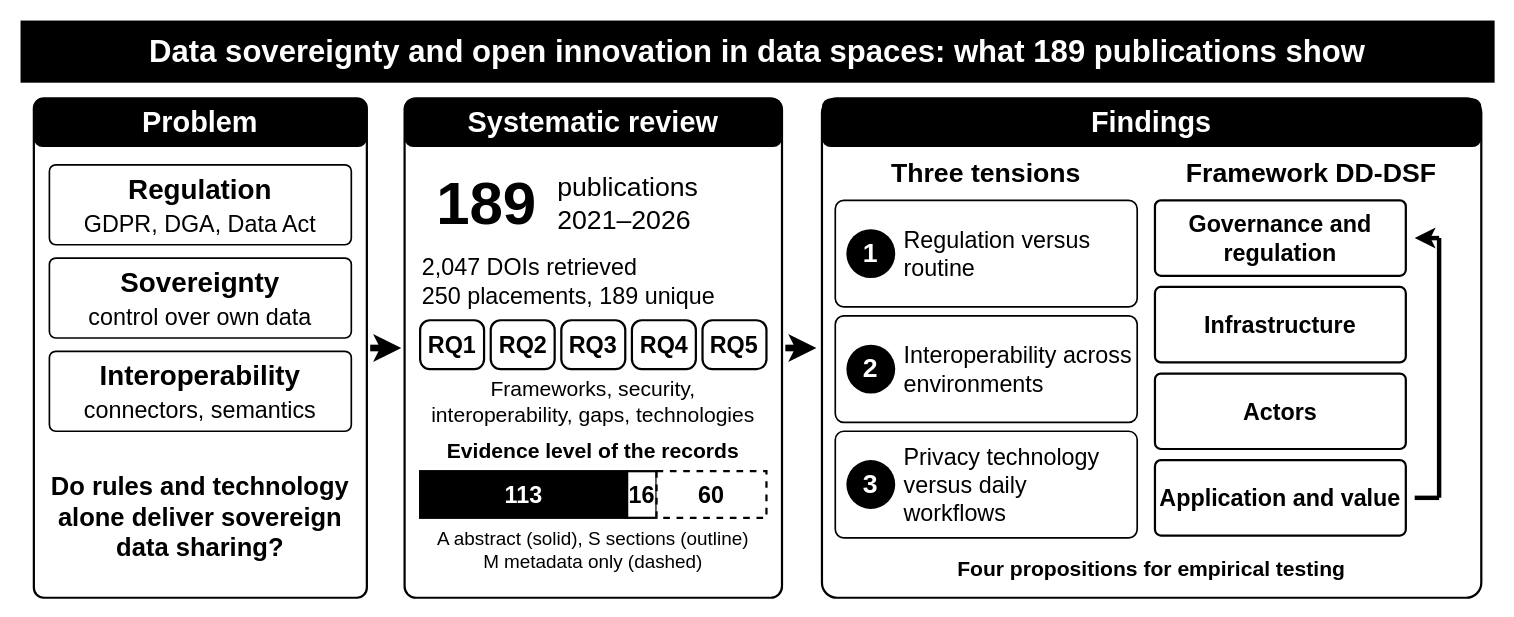
This is figures/graphical_abstract.drawio from egagraha/slr-dataspace, a draw.io file, before an edit. Source tidied: cells renumbered, new cells numbered last; positions are measured from the earlier drawing's top-left corner, leaving out a move shared by most shapes. Both pictures are drawn from the tidied source at 111%, with x=0, y=0 at pixel (20, 20).
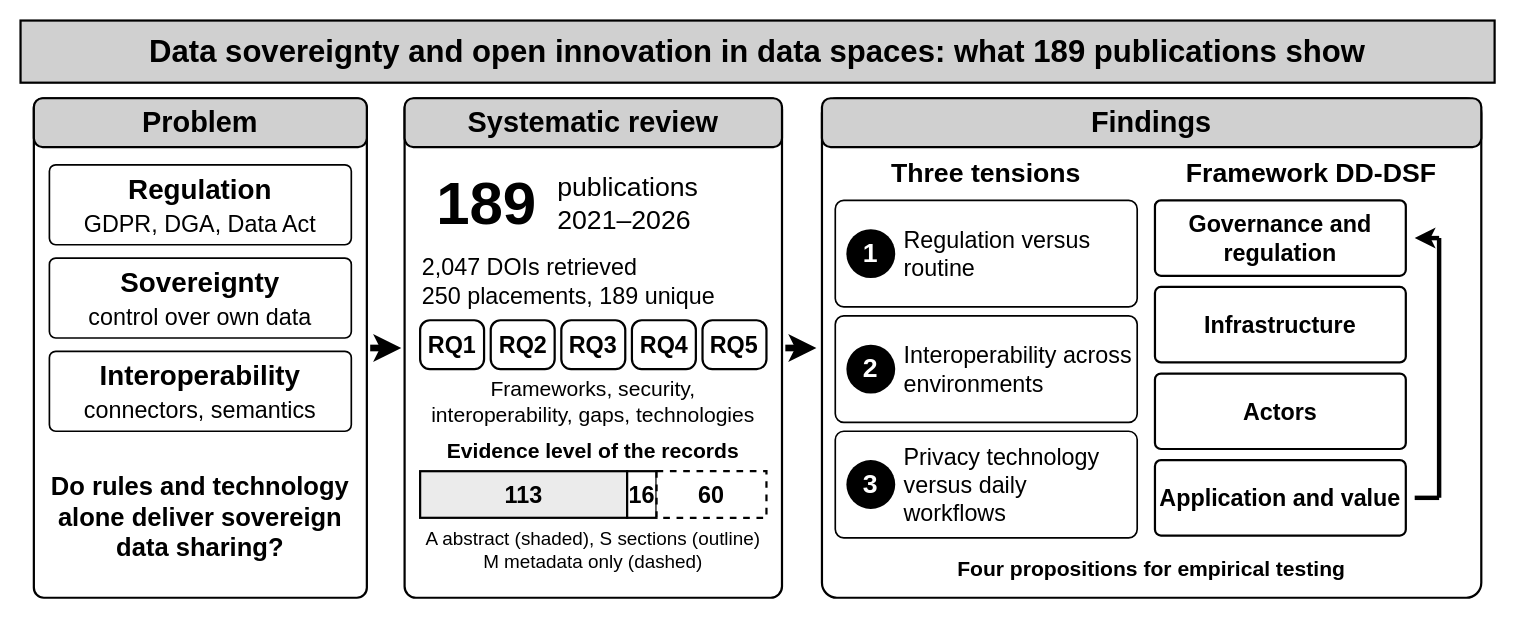
The same diagram, later.

Commit message (it also covers changes not shown here):
Graphical abstract: light grey header boxes, very light grey evidence segment

Change to the diagram source:
```diff
@@
-    <mxCell id="2" value="Data sovereignty and open innovation in data spaces: what 189 publications show" style="rounded=0;whiteSpace=wrap;html=1;fillColor=#000000;strokeColor=none;strokeWidth=1;fontFamily=Helvetica;fontSize=28;fontColor=#ffffff;fontStyle=1;align=center;verticalAlign=middle;dashed=0;" parent="1" vertex="1">
+    <mxCell id="2" value="Data sovereignty and open innovation in data spaces: what 189 publications show" style="rounded=0;whiteSpace=wrap;html=1;fillColor=#D0D0D0;strokeColor=#000000;strokeWidth=2;fontFamily=Helvetica;fontSize=28;fontColor=#000000;fontStyle=1;align=center;verticalAlign=middle;dashed=0;" parent="1" vertex="1">
       <mxGeometry width="1328" height="56" as="geometry" />
     </mxCell>
@@
-    <mxCell id="4" value="Problem" style="rounded=1;whiteSpace=wrap;html=1;fillColor=#000000;strokeColor=none;strokeWidth=1;fontFamily=Helvetica;fontSize=26;fontColor=#ffffff;fontStyle=1;align=center;verticalAlign=middle;dashed=0;arcSize=18;" parent="1" vertex="1">
+    <mxCell id="4" value="Problem" style="rounded=1;whiteSpace=wrap;html=1;fillColor=#D0D0D0;strokeColor=#000000;strokeWidth=2;fontFamily=Helvetica;fontSize=26;fontColor=#000000;fontStyle=1;align=center;verticalAlign=middle;dashed=0;arcSize=18;" parent="1" vertex="1">
       <mxGeometry x="12" y="70" width="300" height="44" as="geometry" />
     </mxCell>
@@
-    <mxCell id="11" value="Systematic review" style="rounded=1;whiteSpace=wrap;html=1;fillColor=#000000;strokeColor=none;strokeWidth=1;fontFamily=Helvetica;fontSize=26;fontColor=#ffffff;fontStyle=1;align=center;verticalAlign=middle;dashed=0;arcSize=18;" parent="1" vertex="1">
+    <mxCell id="11" value="Systematic review" style="rounded=1;whiteSpace=wrap;html=1;fillColor=#D0D0D0;strokeColor=#000000;strokeWidth=2;fontFamily=Helvetica;fontSize=26;fontColor=#000000;fontStyle=1;align=center;verticalAlign=middle;dashed=0;arcSize=18;" parent="1" vertex="1">
       <mxGeometry x="346" y="70" width="340" height="44" as="geometry" />
     </mxCell>
@@
-    <mxCell id="22" value="113" style="rounded=0;whiteSpace=wrap;html=1;fillColor=#000000;strokeColor=#000000;strokeWidth=2;fontFamily=Helvetica;fontSize=21;fontColor=#ffffff;fontStyle=1;align=center;verticalAlign=middle;dashed=0;" parent="1" vertex="1">
+    <mxCell id="22" value="113" style="rounded=0;whiteSpace=wrap;html=1;fillColor=#EBEBEB;strokeColor=#000000;strokeWidth=2;fontFamily=Helvetica;fontSize=21;fontColor=#000000;fontStyle=1;align=center;verticalAlign=middle;dashed=0;" parent="1" vertex="1">
       <mxGeometry x="360" y="406" width="186.5" height="42" as="geometry" />
     </mxCell>
@@
-    <mxCell id="25" value="A abstract (solid), S sections (outline)&lt;br&gt;M metadata only (dashed)" style="rounded=0;whiteSpace=wrap;html=1;fillColor=none;strokeColor=none;strokeWidth=1;fontFamily=Helvetica;fontSize=17;fontColor=#000000;fontStyle=0;align=center;verticalAlign=middle;dashed=0;" parent="1" vertex="1">
+    <mxCell id="25" value="A abstract (shaded), S sections (outline)&lt;br&gt;M metadata only (dashed)" style="rounded=0;whiteSpace=wrap;html=1;fillColor=none;strokeColor=none;strokeWidth=1;fontFamily=Helvetica;fontSize=17;fontColor=#000000;fontStyle=0;align=center;verticalAlign=middle;dashed=0;" parent="1" vertex="1">
       <mxGeometry x="360" y="452" width="312" height="52" as="geometry" />
     </mxCell>
@@
-    <mxCell id="28" value="Findings" style="rounded=1;whiteSpace=wrap;html=1;fillColor=#000000;strokeColor=none;strokeWidth=1;fontFamily=Helvetica;fontSize=26;fontColor=#ffffff;fontStyle=1;align=center;verticalAlign=middle;dashed=0;arcSize=18;" parent="1" vertex="1">
+    <mxCell id="28" value="Findings" style="rounded=1;whiteSpace=wrap;html=1;fillColor=#D0D0D0;strokeColor=#000000;strokeWidth=2;fontFamily=Helvetica;fontSize=26;fontColor=#000000;fontStyle=1;align=center;verticalAlign=middle;dashed=0;arcSize=18;" parent="1" vertex="1">
       <mxGeometry x="722" y="70" width="594" height="44" as="geometry" />
     </mxCell>
```
